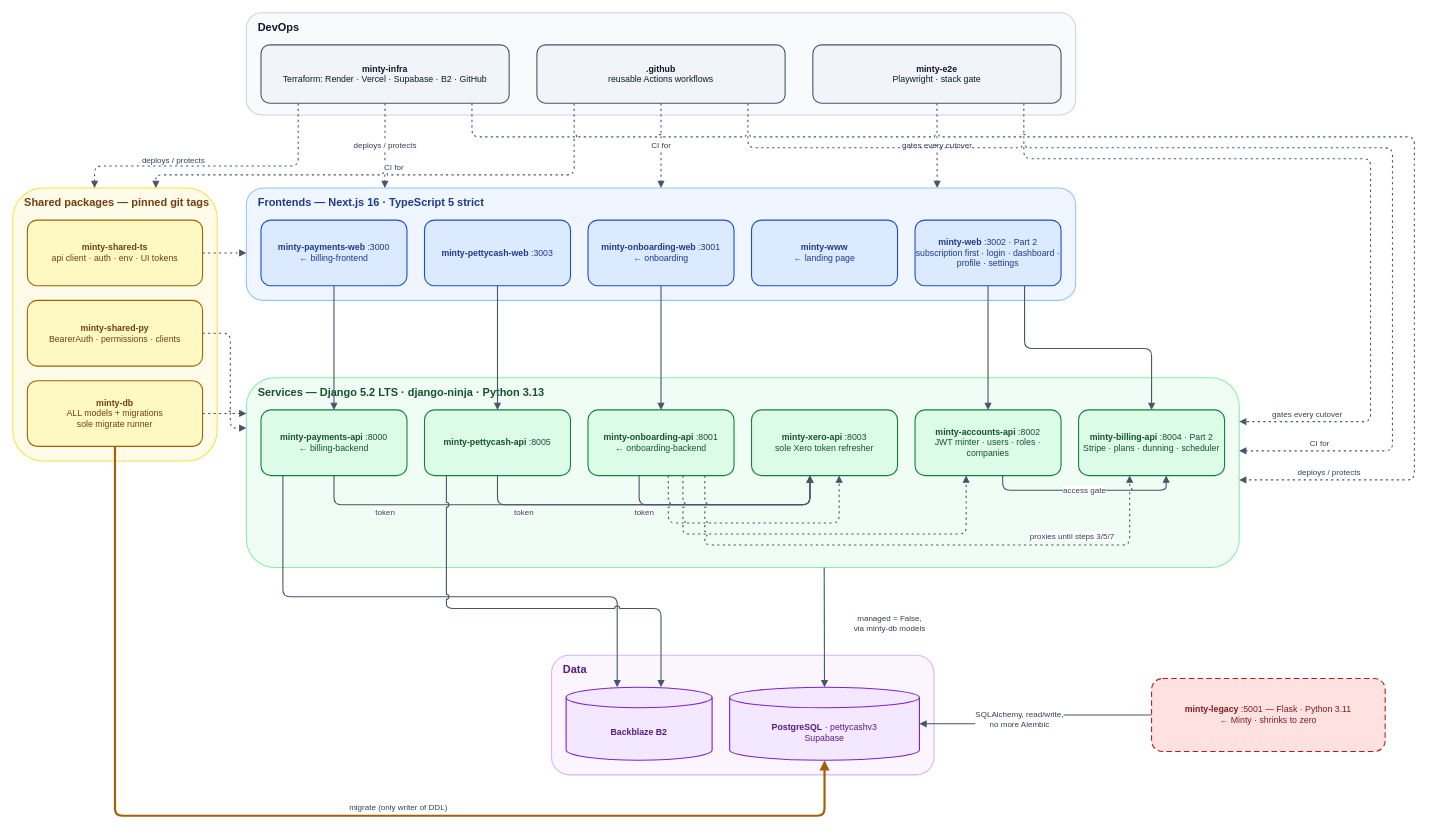
Above: docs/modernisation/architecture/minty-architecture.drawio in minty-oliveandvine/Minty (draw.io), before the change. Source tidied: cells renumbered, new cells numbered last; positions are measured from the earlier drawing's top-left corner, leaving out a move shared by most shapes. Both pictures are drawn from the tidied source at 73%, with x=0, y=0 at pixel (12, 12).
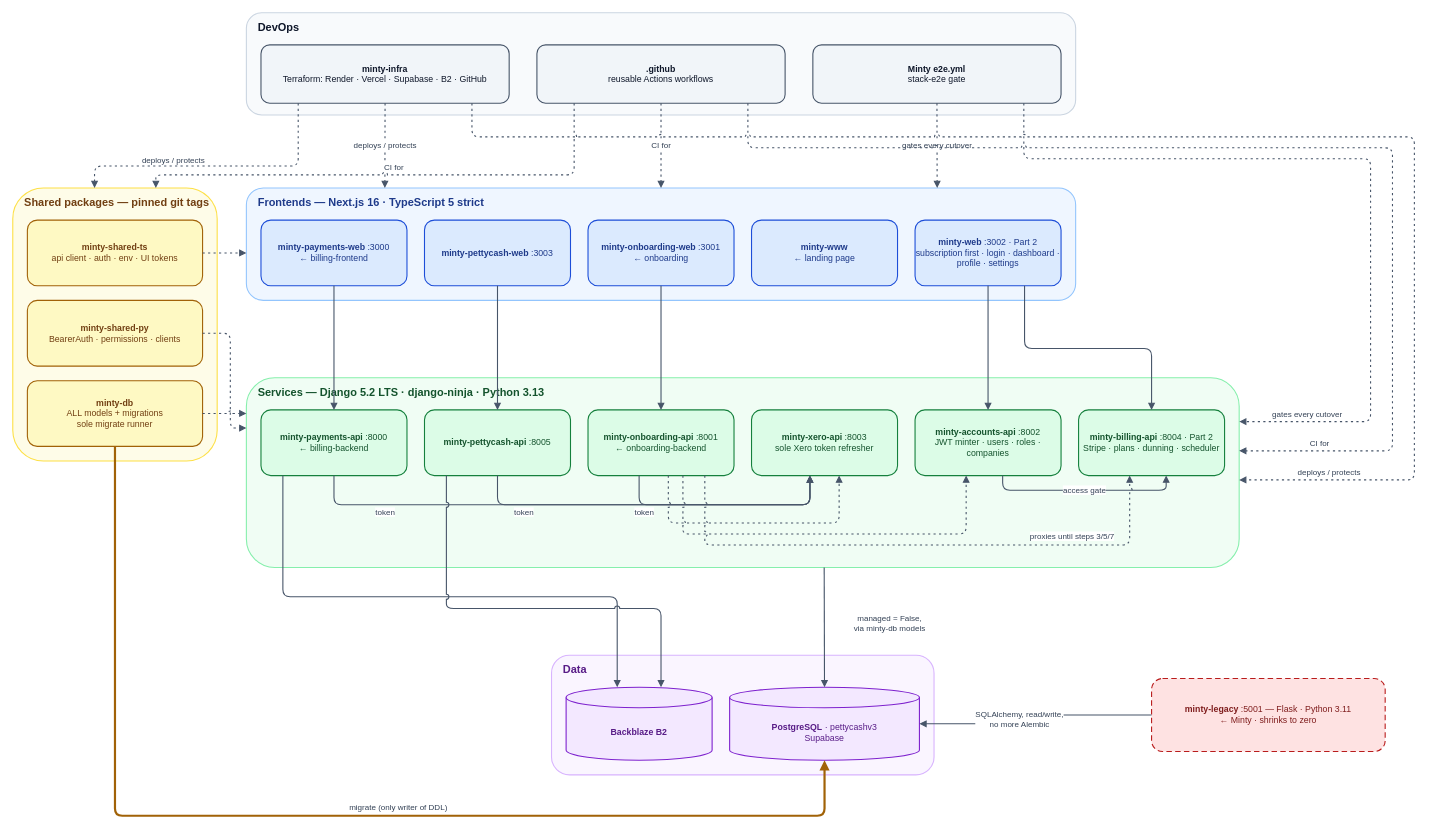
The same diagram, later.

Commit message (it also covers changes not shown here):
ci: call the shared workflows, add the stack e2e job and the catalogue it needs

The change refers to these unchanged cells:
```xml
<mxCell id="2" value="DevOps" style="rounded=1;whiteSpace=wrap;html=1;verticalAlign=top;align=left;spacingLeft=14;spacingTop=4;fontStyle=1;fontSize=15;strokeWidth=1.5;fillColor=#f8fafc;strokeColor=#cbd5e1;fontColor=#0f172a;" parent="1" vertex="1">
  <mxGeometry x="320" width="1136" height="140" as="geometry" />
</mxCell>
```

What changed in the source:
```diff
@@
-    <mxCell id="5" value="&lt;b&gt;minty-e2e&lt;/b&gt;&lt;br&gt;Playwright · stack gate" style="rounded=1;whiteSpace=wrap;html=1;fontSize=12;strokeWidth=1.5;fillColor=#f1f5f9;strokeColor=#475569;fontColor=#0f172a;" parent="2" vertex="1">
+    <mxCell id="5" value="&lt;b&gt;Minty e2e.yml&lt;/b&gt;&lt;br&gt;stack-e2e gate" style="rounded=1;whiteSpace=wrap;html=1;fontSize=12;strokeWidth=1.5;fillColor=#f1f5f9;strokeColor=#475569;fontColor=#0f172a;" parent="2" vertex="1">
       <mxGeometry x="776" y="44" width="340" height="80" as="geometry" />
     </mxCell>
```
